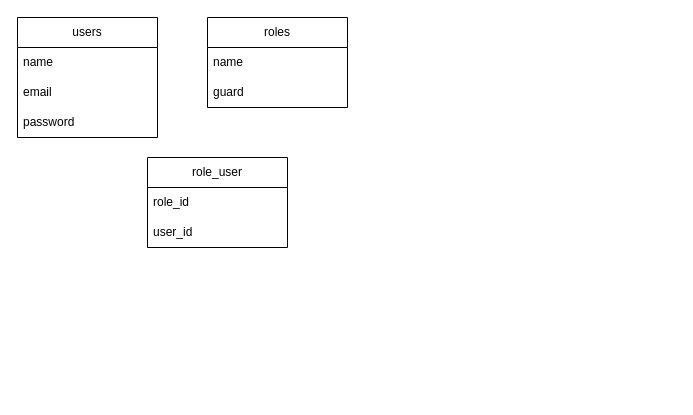
Above: Untitled Diagram.drawio in asifmics/javascript (draw.io), before the change. Source tidied: cells renumbered, new cells numbered last; positions are measured from the earlier drawing's top-left corner, leaving out a move shared by most shapes. Both pictures are drawn from the tidied source at 100%, with x=0, y=0 at pixel (17, 17).
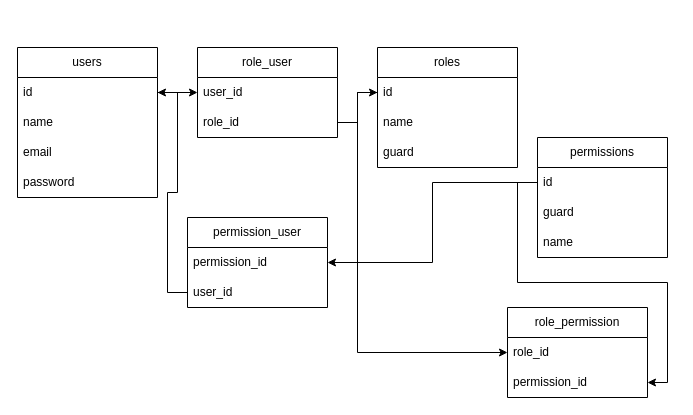
Above is the later version.

Change to the diagram source:
```diff
@@
     <mxCell id="2" value="users" style="swimlane;fontStyle=0;horizontal=1;startSize=30;whiteSpace=wrap;html=1;" parent="1" vertex="1">
-      <mxGeometry width="140" height="120" as="geometry" />
+      <mxGeometry y="30" width="140" height="150" as="geometry" />
     </mxCell>
-    <mxCell id="3" value="name" style="text;strokeColor=none;fillColor=none;align=left;verticalAlign=middle;spacingLeft=4;spacingRight=4;overflow=hidden;points=[[0,0.5],[1,0.5]];portConstraint=eastwest;whiteSpace=wrap;html=1;" parent="2" vertex="1">
+    <mxCell id="3" value="id" style="text;strokeColor=none;fillColor=none;align=left;verticalAlign=middle;spacingLeft=4;spacingRight=4;overflow=hidden;points=[[0,0.5],[1,0.5]];portConstraint=eastwest;whiteSpace=wrap;html=1;" parent="2" vertex="1">
       <mxGeometry y="30" width="140" height="30" as="geometry" />
     </mxCell>
+    <mxCell id="12" value="name" style="text;strokeColor=none;fillColor=none;align=left;verticalAlign=middle;spacingLeft=4;spacingRight=4;overflow=hidden;whiteSpace=wrap;html=1;" parent="2" vertex="1">
+      <mxGeometry y="60" width="140" height="30" as="geometry" />
+    </mxCell>
     <mxCell id="4" value="email" style="text;strokeColor=none;fillColor=none;align=left;verticalAlign=middle;spacingLeft=4;spacingRight=4;overflow=hidden;whiteSpace=wrap;html=1;" parent="2" vertex="1">
-      <mxGeometry y="60" width="140" height="30" as="geometry" />
+      <mxGeometry y="90" width="140" height="30" as="geometry" />
     </mxCell>
     <mxCell id="5" value="password" style="text;strokeColor=none;fillColor=none;align=left;verticalAlign=middle;spacingLeft=4;spacingRight=4;overflow=hidden;whiteSpace=wrap;html=1;" parent="2" vertex="1">
-      <mxGeometry y="90" width="140" height="30" as="geometry" />
+      <mxGeometry y="120" width="140" height="30" as="geometry" />
     </mxCell>
     <mxCell id="6" value="roles" style="swimlane;fontStyle=0;horizontal=1;startSize=30;whiteSpace=wrap;html=1;" parent="1" vertex="1">
-      <mxGeometry x="190" width="140" height="90" as="geometry" />
+      <mxGeometry x="360" y="30" width="140" height="120" as="geometry" />
     </mxCell>
-    <mxCell id="7" value="name" style="text;strokeColor=none;fillColor=none;align=left;verticalAlign=middle;spacingLeft=4;spacingRight=4;overflow=hidden;points=[[0,0.5],[1,0.5]];portConstraint=eastwest;whiteSpace=wrap;html=1;" parent="6" vertex="1">
+    <mxCell id="7" value="id" style="text;strokeColor=none;fillColor=none;align=left;verticalAlign=middle;spacingLeft=4;spacingRight=4;overflow=hidden;points=[[0,0.5],[1,0.5]];portConstraint=eastwest;whiteSpace=wrap;html=1;" parent="6" vertex="1">
       <mxGeometry y="30" width="140" height="30" as="geometry" />
     </mxCell>
+    <mxCell id="13" value="name" style="text;strokeColor=none;fillColor=none;align=left;verticalAlign=middle;spacingLeft=4;spacingRight=4;overflow=hidden;whiteSpace=wrap;html=1;" parent="6" vertex="1">
+      <mxGeometry y="60" width="140" height="30" as="geometry" />
+    </mxCell>
     <mxCell id="8" value="guard" style="text;strokeColor=none;fillColor=none;align=left;verticalAlign=middle;spacingLeft=4;spacingRight=4;overflow=hidden;whiteSpace=wrap;html=1;" parent="6" vertex="1">
-      <mxGeometry y="60" width="140" height="30" as="geometry" />
+      <mxGeometry y="90" width="140" height="30" as="geometry" />
     </mxCell>
     <mxCell id="9" value="role_user" style="swimlane;fontStyle=0;horizontal=1;startSize=30;whiteSpace=wrap;html=1;" parent="1" vertex="1">
-      <mxGeometry x="130" y="140" width="140" height="90" as="geometry" />
+      <mxGeometry x="180" y="30" width="140" height="90" as="geometry" />
     </mxCell>
+    <mxCell id="11" value="user_id" style="text;strokeColor=none;fillColor=none;align=left;verticalAlign=middle;spacingLeft=4;spacingRight=4;overflow=hidden;points=[[0,0.5],[1,0.5]];portConstraint=eastwest;whiteSpace=wrap;html=1;" parent="9" vertex="1">
+      <mxGeometry y="30" width="140" height="30" as="geometry" />
+    </mxCell>
     <mxCell id="10" value="role_id" style="text;strokeColor=none;fillColor=none;align=left;verticalAlign=middle;spacingLeft=4;spacingRight=4;overflow=hidden;points=[[0,0.5],[1,0.5]];portConstraint=eastwest;whiteSpace=wrap;html=1;" parent="9" vertex="1">
-      <mxGeometry y="30" width="140" height="30" as="geometry" />
+      <mxGeometry y="60" width="140" height="30" as="geometry" />
     </mxCell>
-    <mxCell id="11" value="user_id" style="text;strokeColor=none;fillColor=none;align=left;verticalAlign=middle;spacingLeft=4;spacingRight=4;overflow=hidden;points=[[0,0.5],[1,0.5]];portConstraint=eastwest;whiteSpace=wrap;html=1;" parent="9" vertex="1">
-      <mxGeometry y="60" width="140" height="30" as="geometry" />
-    </mxCell>
+    <mxCell id="14" value="role_permission" style="swimlane;fontStyle=0;horizontal=1;startSize=30;whiteSpace=wrap;html=1;" parent="1" vertex="1">
+      <mxGeometry x="490" y="290" width="140" height="90" as="geometry" />
+    </mxCell>
+    <mxCell id="15" value="role_id" style="text;strokeColor=none;fillColor=none;align=left;verticalAlign=middle;spacingLeft=4;spacingRight=4;overflow=hidden;points=[[0,0.5],[1,0.5]];portConstraint=eastwest;whiteSpace=wrap;html=1;" parent="14" vertex="1">
+      <mxGeometry y="30" width="140" height="30" as="geometry" />
+    </mxCell>
+    <mxCell id="16" value="permission_id" style="text;strokeColor=none;fillColor=none;align=left;verticalAlign=middle;spacingLeft=4;spacingRight=4;overflow=hidden;points=[[0,0.5],[1,0.5]];portConstraint=eastwest;whiteSpace=wrap;html=1;" parent="14" vertex="1">
+      <mxGeometry y="60" width="140" height="30" as="geometry" />
+    </mxCell>
+    <mxCell id="17" value="permissions" style="swimlane;fontStyle=0;horizontal=1;startSize=30;whiteSpace=wrap;html=1;" parent="1" vertex="1">
+      <mxGeometry x="520" y="120" width="130" height="120" as="geometry" />
+    </mxCell>
+    <mxCell id="18" value="id" style="text;strokeColor=none;fillColor=none;align=left;verticalAlign=middle;spacingLeft=4;spacingRight=4;overflow=hidden;points=[[0,0.5],[1,0.5]];portConstraint=eastwest;whiteSpace=wrap;html=1;" parent="17" vertex="1">
+      <mxGeometry y="30" width="130" height="30" as="geometry" />
+    </mxCell>
+    <mxCell id="19" value="guard" style="text;strokeColor=none;fillColor=none;align=left;verticalAlign=middle;spacingLeft=4;spacingRight=4;overflow=hidden;whiteSpace=wrap;html=1;" parent="17" vertex="1">
+      <mxGeometry y="60" width="130" height="30" as="geometry" />
+    </mxCell>
+    <mxCell id="20" value="name" style="text;strokeColor=none;fillColor=none;align=left;verticalAlign=middle;spacingLeft=4;spacingRight=4;overflow=hidden;whiteSpace=wrap;html=1;" parent="17" vertex="1">
+      <mxGeometry y="90" width="130" height="30" as="geometry" />
+    </mxCell>
+    <mxCell id="21" style="edgeStyle=none;rounded=0;jettySize=auto;html=1;exitX=1;exitY=0.5;exitDx=0;exitDy=0;entryX=0;entryY=0.5;entryDx=0;entryDy=0;" parent="1" edge="1" source="3" target="11">
+      <mxGeometry relative="1" as="geometry" />
+    </mxCell>
+    <mxCell id="22" style="edgeStyle=orthogonalEdgeStyle;rounded=0;jettySize=auto;html=1;exitX=0;exitY=0.5;exitDx=0;exitDy=0;entryX=0;entryY=0.5;entryDx=0;entryDy=0;" parent="1" edge="1" source="7" target="15">
+      <mxGeometry relative="1" as="geometry" />
+    </mxCell>
+    <mxCell id="23" style="edgeStyle=orthogonalEdgeStyle;rounded=0;jettySize=auto;html=1;entryX=1;entryY=0.5;entryDx=0;entryDy=0;" parent="1" edge="1" source="18" target="16">
+      <mxGeometry relative="1" as="geometry" />
+    </mxCell>
+    <mxCell id="24" value="permission_user" style="swimlane;fontStyle=0;horizontal=1;startSize=30;whiteSpace=wrap;html=1;" parent="1" vertex="1">
+      <mxGeometry x="170" y="200" width="140" height="90" as="geometry" />
+    </mxCell>
+    <mxCell id="25" value="permission_id" style="text;strokeColor=none;fillColor=none;align=left;verticalAlign=middle;spacingLeft=4;spacingRight=4;overflow=hidden;points=[[0,0.5],[1,0.5]];portConstraint=eastwest;whiteSpace=wrap;html=1;" parent="24" vertex="1">
+      <mxGeometry y="30" width="140" height="30" as="geometry" />
+    </mxCell>
+    <mxCell id="26" value="user_id" style="text;strokeColor=none;fillColor=none;align=left;verticalAlign=middle;spacingLeft=4;spacingRight=4;overflow=hidden;points=[[0,0.5],[1,0.5]];portConstraint=eastwest;whiteSpace=wrap;html=1;" parent="24" vertex="1">
+      <mxGeometry y="60" width="140" height="30" as="geometry" />
+    </mxCell>
+    <mxCell id="27" style="edgeStyle=orthogonalEdgeStyle;rounded=0;jettySize=auto;html=1;exitX=0;exitY=0.5;exitDx=0;exitDy=0;entryX=1;entryY=0.5;entryDx=0;entryDy=0;" parent="1" edge="1" source="26" target="3">
+      <mxGeometry relative="1" as="geometry" />
+    </mxCell>
+    <mxCell id="28" style="edgeStyle=orthogonalEdgeStyle;rounded=0;jettySize=auto;html=1;entryX=1;entryY=0.5;entryDx=0;entryDy=0;" parent="1" edge="1" source="18" target="25">
+      <mxGeometry relative="1" as="geometry" />
+    </mxCell>
+    <mxCell id="29" style="edgeStyle=orthogonalEdgeStyle;rounded=0;jettySize=auto;html=1;exitX=1;exitY=0.5;exitDx=0;exitDy=0;entryX=0;entryY=0.5;entryDx=0;entryDy=0;" parent="1" edge="1" source="10" target="7">
+      <mxGeometry relative="1" as="geometry" />
+    </mxCell>
```
